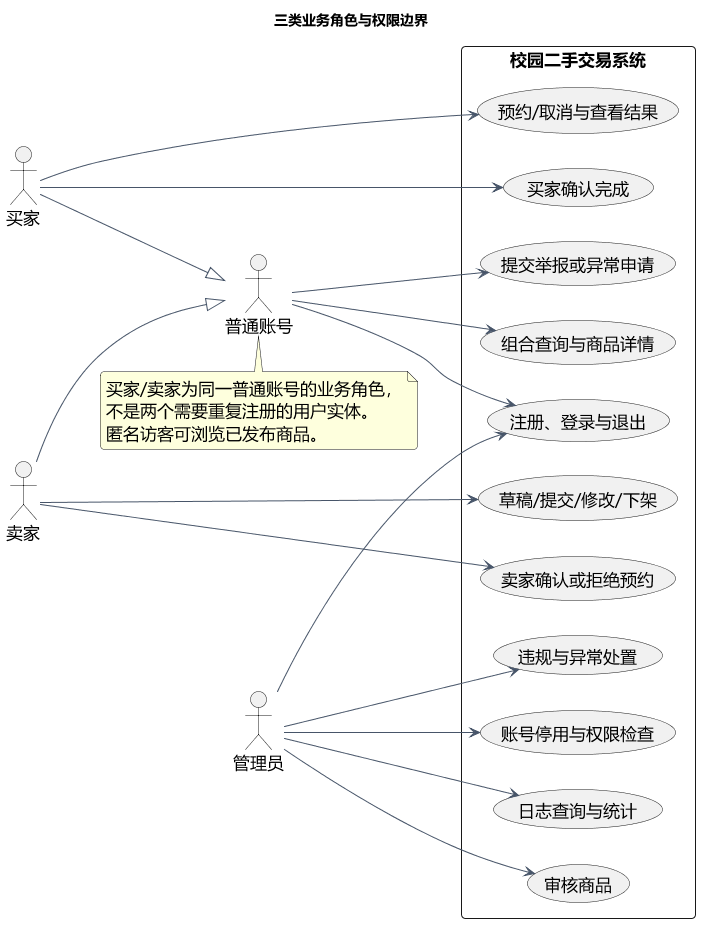
Above: lab2/UML/UML用例图.png in ghost-register/software-engineering-lab1 (PlantUML), before the change.
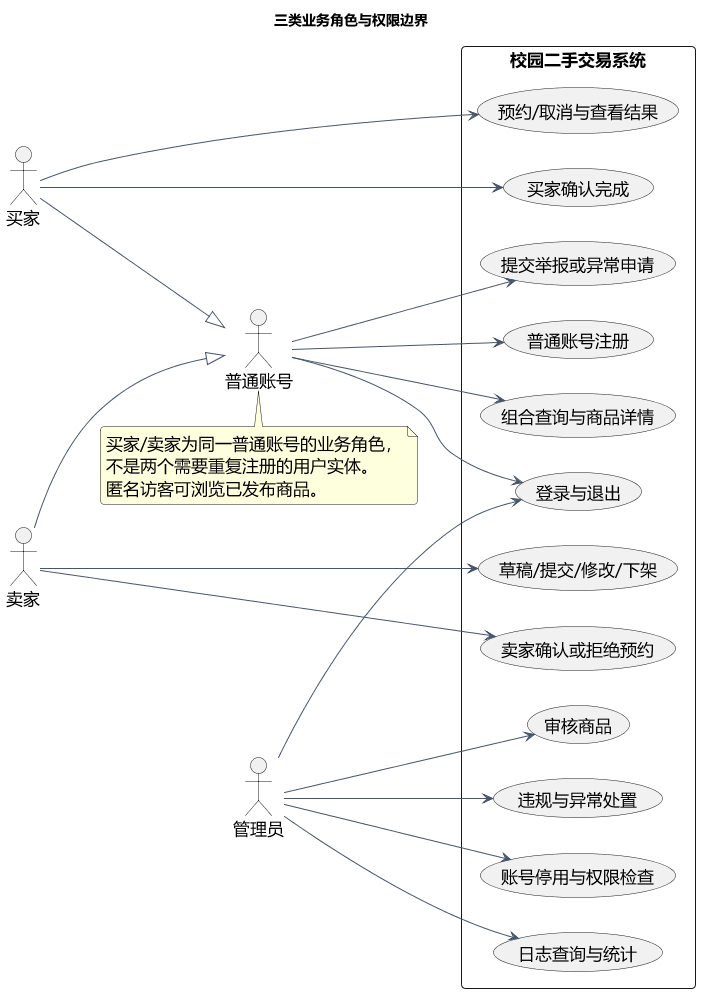
Above is the later version.

The edit, as a diff of the source:
```diff
@@ -18,7 +18,8 @@
 B --|> U
 S --|> U
 rectangle "校园二手交易系统" {
- usecase "注册、登录与退出" as UC1
+ usecase "登录与退出" as UC1
+ usecase "普通账号注册" as UCRegister
  usecase "组合查询与商品详情" as UC2
  usecase "预约/取消与查看结果" as UC3
  usecase "买家确认完成" as UC4
@@ -31,6 +32,7 @@
  usecase "日志查询与统计" as UC11
 }
 U --> UC1
+U --> UCRegister
 U --> UC2
 B --> UC3
 B --> UC4
```
